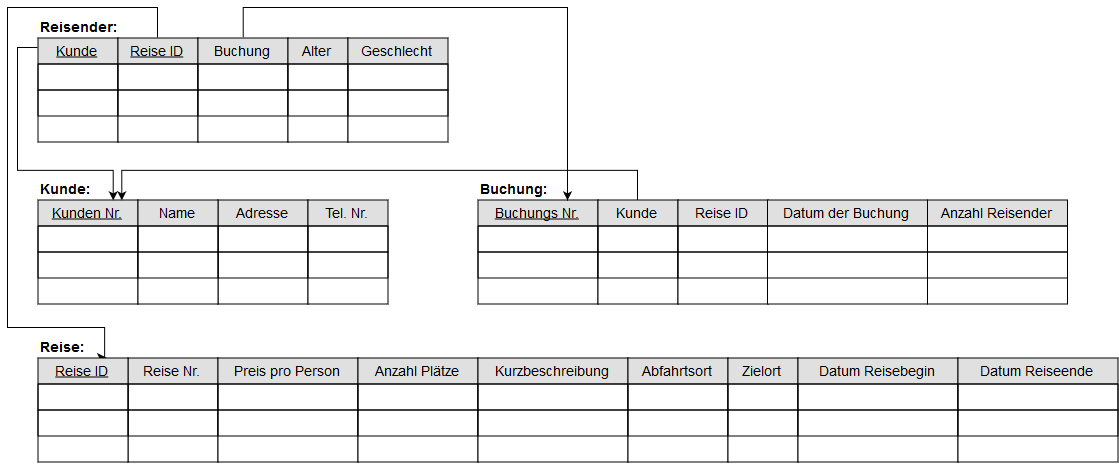
Earlier version of the draw.io export Tabellen/2_Tabellen_3.png (Elbougen/Datenbanksysteme-1_WiSe1819). Source tidied: cells renumbered, new cells last; positions are measured from the earlier drawing's top-left corner, leaving out a move shared by most shapes.
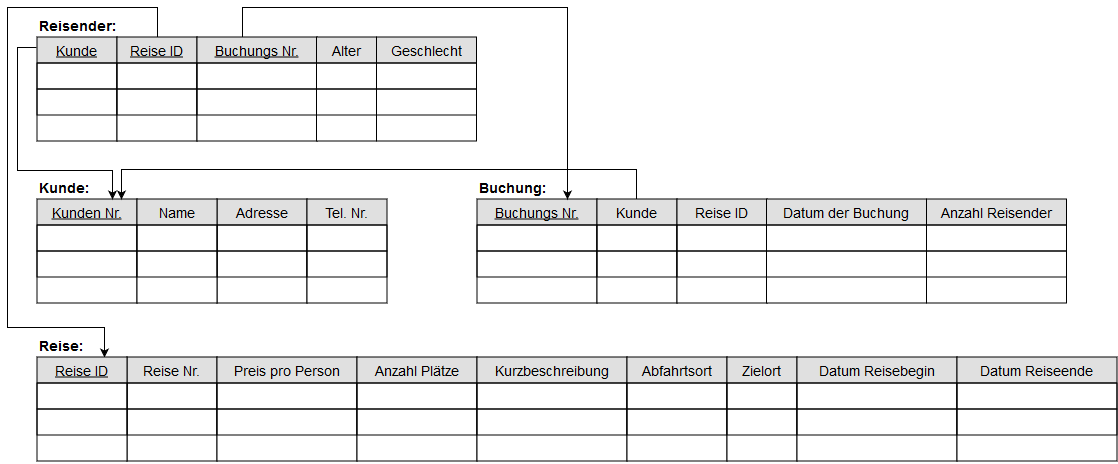
The same file after the commit.

Commit message:
update Praktikum 2 / Aufgabe 3

What changed in the source:
```diff
@@ -190,23 +190,23 @@
         </Array>
       </mxGeometry>
     </mxCell>
-    <mxCell id="57" value="Buchung" style="swimlane;fontStyle=0;horizontal=1;startSize=26;fillColor=#e0e0e0;swimlaneFillColor=#ffffff;align=center;fontSize=14;" parent="1" vertex="1">
-      <mxGeometry x="190.5" y="29.5" width="90" height="104" as="geometry" />
+    <mxCell id="57" value="Buchungs Nr." style="swimlane;fontStyle=4;horizontal=1;startSize=26;fillColor=#e0e0e0;swimlaneFillColor=#ffffff;align=center;fontSize=14;" parent="1" vertex="1">
+      <mxGeometry x="190.5" y="29.5" width="120" height="104" as="geometry" />
     </mxCell>
     <mxCell id="58" value=" " style="text;strokeColor=#000000;fillColor=none;spacingLeft=4;spacingRight=4;overflow=hidden;fontSize=12;" parent="57" vertex="1">
-      <mxGeometry y="26" width="90" height="26" as="geometry" />
+      <mxGeometry y="26" width="120" height="26" as="geometry" />
     </mxCell>
     <mxCell id="59" value=" " style="text;strokeColor=#000000;fillColor=none;spacingLeft=4;spacingRight=4;overflow=hidden;fontSize=12;" parent="57" vertex="1">
-      <mxGeometry y="52" width="90" height="26" as="geometry" />
+      <mxGeometry y="52" width="120" height="26" as="geometry" />
     </mxCell>
     <mxCell id="60" value=" " style="text;strokeColor=none;fillColor=none;spacingLeft=4;spacingRight=4;overflow=hidden;fontSize=12;" parent="57" vertex="1">
-      <mxGeometry y="78" width="90" height="26" as="geometry" />
+      <mxGeometry y="78" width="120" height="26" as="geometry" />
     </mxCell>
     <mxCell id="61" value="&lt;b&gt;&lt;font style=&quot;font-size: 14px&quot;&gt;Reise:&lt;/font&gt;&lt;/b&gt;" style="text;html=1;align=left;verticalAlign=top;spacingTop=-4;" parent="1" vertex="1">
       <mxGeometry x="30.5" y="329.5" width="60" height="20" as="geometry" />
     </mxCell>
     <mxCell id="62" value="Alter" style="swimlane;fontStyle=0;horizontal=1;startSize=26;fillColor=#e0e0e0;swimlaneFillColor=#ffffff;align=center;fontSize=14;" parent="1" vertex="1">
-      <mxGeometry x="280.5" y="29.5" width="60" height="104" as="geometry" />
+      <mxGeometry x="310" y="29.5" width="60" height="104" as="geometry" />
     </mxCell>
     <mxCell id="63" value=" " style="text;strokeColor=#000000;fillColor=none;spacingLeft=4;spacingRight=4;overflow=hidden;fontSize=12;" parent="62" vertex="1">
       <mxGeometry y="26" width="60" height="26" as="geometry" />
@@ -218,7 +218,7 @@
       <mxGeometry y="78" width="60" height="26" as="geometry" />
     </mxCell>
     <mxCell id="66" value="Geschlecht" style="swimlane;fontStyle=0;horizontal=1;startSize=26;fillColor=#e0e0e0;swimlaneFillColor=#ffffff;align=center;fontSize=14;" parent="1" vertex="1">
-      <mxGeometry x="340.5" y="29.5" width="100" height="104" as="geometry" />
+      <mxGeometry x="370" y="29.5" width="100" height="104" as="geometry" />
     </mxCell>
     <mxCell id="67" value=" " style="text;strokeColor=#000000;fillColor=none;spacingLeft=4;spacingRight=4;overflow=hidden;fontSize=12;" parent="66" vertex="1">
       <mxGeometry y="26" width="100" height="26" as="geometry" />
```
